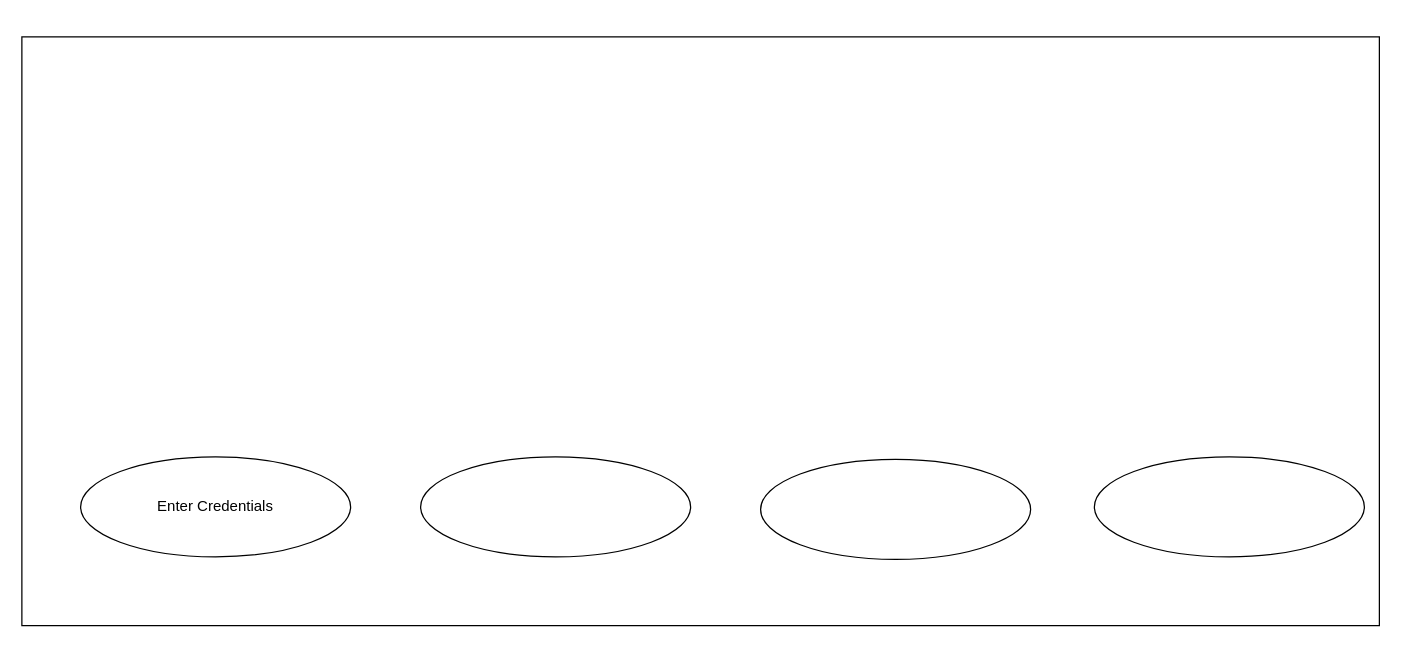
Above: Port2_CreateBasicUMLogin.drawio in Bonaaaa/DevOps (draw.io), before the change. Source tidied: cells renumbered, new cells numbered last; positions are measured from the earlier drawing's top-left corner, leaving out a move shared by most shapes. Both pictures are drawn from the tidied source at 125%, with x=0, y=0 at pixel (21, 36).
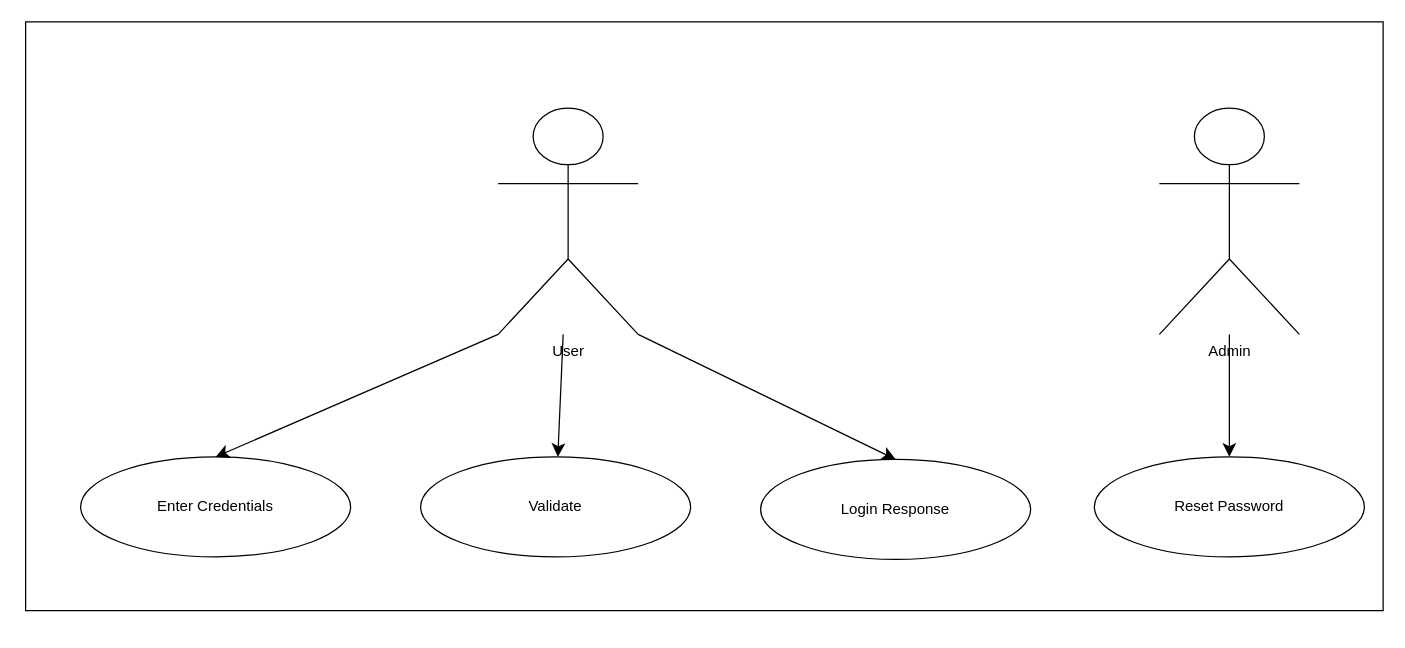
The same page after the edit.

Change to the diagram source:
```diff
@@
 <mxGraphModel>
   <root>
     <mxCell id="0" />
     <mxCell id="1" parent="0" />
     <mxCell id="2" style="rounded=0;whiteSpace=wrap;html=1;" parent="1" vertex="1">
-      <mxGeometry width="1086" height="471" as="geometry" />
+      <mxGeometry x="3" y="-12" width="1086" height="471" as="geometry" />
     </mxCell>
     <mxCell id="3" value="Enter Credentials" style="ellipse;whiteSpace=wrap;html=1;" parent="1" vertex="1">
       <mxGeometry x="47" y="336" width="216" height="80" as="geometry" />
     </mxCell>
-    <mxCell id="4" style="ellipse;whiteSpace=wrap;html=1;" parent="1" vertex="1">
+    <mxCell id="4" value="Validate" style="ellipse;whiteSpace=wrap;html=1;" parent="1" vertex="1">
       <mxGeometry x="319" y="336" width="216" height="80" as="geometry" />
     </mxCell>
-    <mxCell id="5" style="ellipse;whiteSpace=wrap;html=1;" parent="1" vertex="1">
+    <mxCell id="5" value="Login Response" style="ellipse;whiteSpace=wrap;html=1;" parent="1" vertex="1">
       <mxGeometry x="591" y="338" width="216" height="80" as="geometry" />
     </mxCell>
-    <mxCell id="6" style="ellipse;whiteSpace=wrap;html=1;" parent="1" vertex="1">
+    <mxCell id="6" value="Reset Password" style="ellipse;whiteSpace=wrap;html=1;" parent="1" vertex="1">
       <mxGeometry x="858" y="336" width="216" height="80" as="geometry" />
     </mxCell>
+    <mxCell id="7" style="edgeStyle=none;curved=1;rounded=0;jettySize=auto;html=1;entryX=0.5;entryY=0;entryDx=0;entryDy=0;fontSize=12;startSize=8;endSize=8;" parent="1" edge="1" source="8" target="6">
+      <mxGeometry relative="1" as="geometry" />
+    </mxCell>
+    <mxCell id="8" value="Admin" style="shape=umlActor;verticalLabelPosition=bottom;verticalAlign=top;html=1;outlineConnect=0;" parent="1" vertex="1">
+      <mxGeometry x="910" y="57" width="112" height="181" as="geometry" />
+    </mxCell>
+    <mxCell id="9" style="edgeStyle=none;curved=1;rounded=0;jettySize=auto;html=1;fontSize=12;startSize=8;endSize=8;" parent="1" edge="1" source="12" target="4">
+      <mxGeometry relative="1" as="geometry" />
+    </mxCell>
+    <mxCell id="10" style="edgeStyle=none;curved=1;rounded=0;jettySize=auto;html=1;exitX=0;exitY=1;exitDx=0;exitDy=0;exitPerimeter=0;entryX=0.5;entryY=0;entryDx=0;entryDy=0;fontSize=12;startSize=8;endSize=8;" parent="1" edge="1" source="12" target="3">
+      <mxGeometry relative="1" as="geometry" />
+    </mxCell>
+    <mxCell id="11" style="edgeStyle=none;curved=1;rounded=0;jettySize=auto;html=1;exitX=1;exitY=1;exitDx=0;exitDy=0;exitPerimeter=0;entryX=0.5;entryY=0;entryDx=0;entryDy=0;fontSize=12;startSize=8;endSize=8;" parent="1" edge="1" source="12" target="5">
+      <mxGeometry relative="1" as="geometry" />
+    </mxCell>
+    <mxCell id="12" value="User" style="shape=umlActor;verticalLabelPosition=bottom;verticalAlign=top;html=1;outlineConnect=0;" parent="1" vertex="1">
+      <mxGeometry x="381" y="57" width="112" height="181" as="geometry" />
+    </mxCell>
   </root>
 </mxGraphModel>
```
